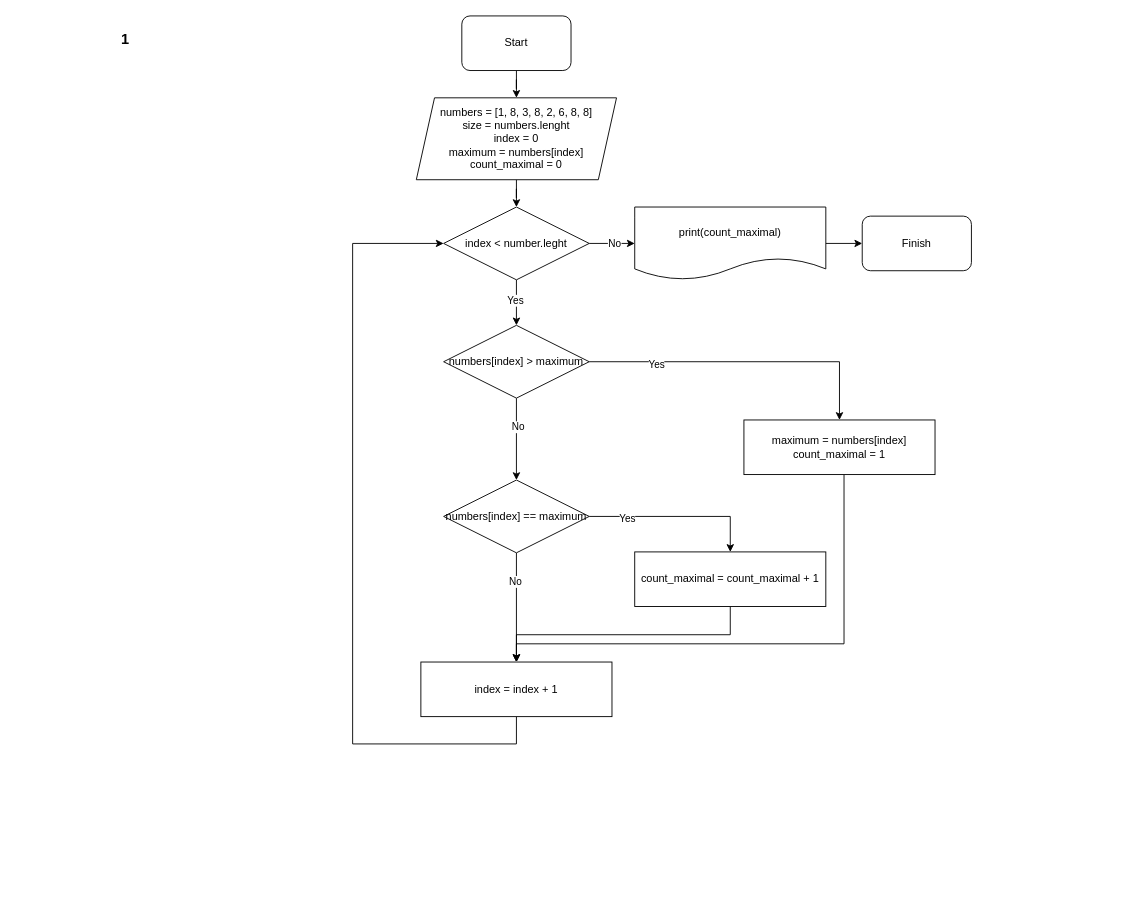
Earlier version of the draw.io diagram algorithm_diagram.drawio (196-PetrT/GB_CheckWork_1_PetrT). Source tidied: cells renumbered, new cells numbered last; positions are measured from the earlier drawing's top-left corner, leaving out a move shared by most shapes. Both pictures are drawn from the tidied source at 91%, with x=0, y=0 at pixel (111, 15).
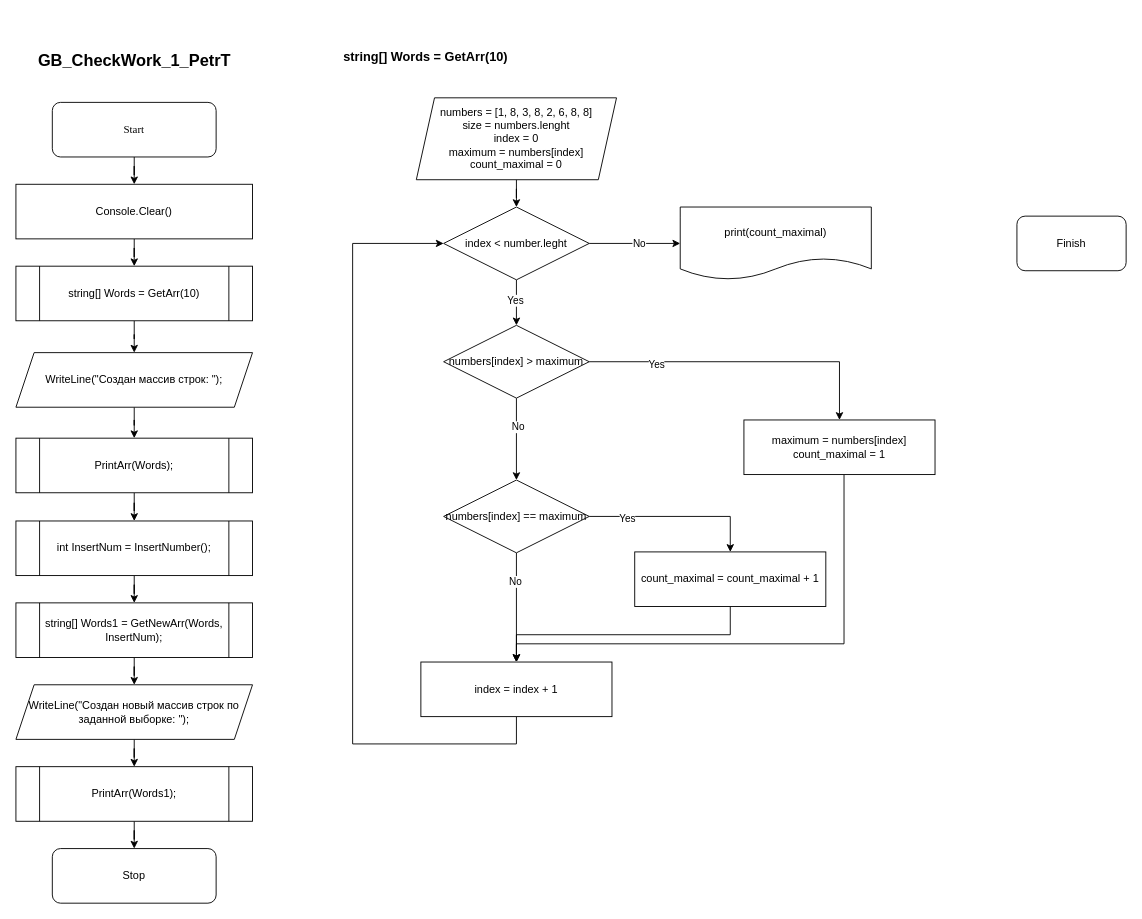
The same page after the edit.

The change refers to these unchanged cells:
```xml
<mxCell id="5" value="numbers = [1, 8, 3, 8, 2, 6, 8, 8]&lt;br&gt;size = numbers.lenght&lt;br&gt;index = 0&lt;br&gt;maximum = numbers[index]&lt;br&gt;count_maximal = 0" style="shape=parallelogram;perimeter=parallelogramPerimeter;whiteSpace=wrap;html=1;fixedSize=1;" parent="1" vertex="1">
  <mxGeometry x="335" y="90" width="220" height="90" as="geometry" />
</mxCell>
```

Change to the diagram source:
```diff
@@
-    <mxCell id="2" style="edgeStyle=orthogonalEdgeStyle;rounded=0;jettySize=auto;html=1;entryX=0.5;entryY=0;entryDx=0;entryDy=0;" parent="1" edge="1" source="3" target="5">
-      <mxGeometry relative="1" as="geometry" />
-    </mxCell>
+    <mxCell id="31" style="edgeStyle=orthogonalEdgeStyle;rounded=0;jettySize=auto;html=1;entryX=0.5;entryY=0;entryDx=0;entryDy=0;" parent="1" edge="1" source="3" target="42">
+      <mxGeometry relative="1" as="geometry" />
+    </mxCell>
-    <mxCell id="3" value="Start" style="rounded=1;whiteSpace=wrap;html=1;" parent="1" vertex="1">
-      <mxGeometry x="385" width="120" height="60" as="geometry" />
+    <mxCell id="3" value="&lt;font face=&quot;Times New Roman&quot;&gt;Start&lt;/font&gt;" style="rounded=1;whiteSpace=wrap;html=1;" parent="1" vertex="1">
+      <mxGeometry x="-65" y="95" width="180" height="60" as="geometry" />
     </mxCell>
@@
-    <mxCell id="27" style="edgeStyle=orthogonalEdgeStyle;rounded=0;jettySize=auto;html=1;entryX=0;entryY=0.5;entryDx=0;entryDy=0;" parent="1" edge="1" source="28" target="29">
-      <mxGeometry relative="1" as="geometry" />
-    </mxCell>
     <mxCell id="28" value="print(count_maximal)" style="shape=document;whiteSpace=wrap;html=1;boundedLbl=1;" parent="1" vertex="1">
-      <mxGeometry x="575" y="210" width="210" height="80" as="geometry" />
+      <mxGeometry x="625" y="210" width="210" height="80" as="geometry" />
     </mxCell>
     <mxCell id="29" value="Finish" style="rounded=1;whiteSpace=wrap;html=1;" parent="1" vertex="1">
-      <mxGeometry x="825" y="220" width="120" height="60" as="geometry" />
+      <mxGeometry x="995" y="220" width="120" height="60" as="geometry" />
     </mxCell>
-    <mxCell id="30" value="&lt;font style=&quot;font-size: 16px;&quot;&gt;&lt;b&gt;1&lt;/b&gt;&lt;/font&gt;" style="text;html=1;align=center;verticalAlign=middle;strokeColor=none;fillColor=none;" parent="1" vertex="1">
-      <mxGeometry y="10" width="30" height="30" as="geometry" />
+    <mxCell id="30" value="&lt;font style=&quot;font-size: 14px;&quot;&gt;&lt;b&gt;string[] Words = GetArr(10)&lt;/b&gt;&lt;/font&gt;" style="text;html=1;align=center;verticalAlign=middle;strokeColor=none;fillColor=none;" parent="1" vertex="1">
+      <mxGeometry x="245" y="30" width="200" height="30" as="geometry" />
     </mxCell>
+    <mxCell id="32" style="edgeStyle=orthogonalEdgeStyle;rounded=0;jettySize=auto;html=1;entryX=0.5;entryY=0;entryDx=0;entryDy=0;" parent="1" edge="1" source="33" target="46">
+      <mxGeometry relative="1" as="geometry" />
+    </mxCell>
+    <mxCell id="33" value="string[] Words = GetArr(10)" style="shape=process;whiteSpace=wrap;html=1;backgroundOutline=1;" parent="1" vertex="1">
+      <mxGeometry x="-105" y="275" width="260" height="60" as="geometry" />
+    </mxCell>
+    <mxCell id="34" style="edgeStyle=orthogonalEdgeStyle;rounded=0;jettySize=auto;html=1;entryX=0.5;entryY=0;entryDx=0;entryDy=0;" parent="1" edge="1" source="35" target="44">
+      <mxGeometry relative="1" as="geometry" />
+    </mxCell>
+    <mxCell id="35" value="PrintArr(Words);" style="shape=process;whiteSpace=wrap;html=1;backgroundOutline=1;" parent="1" vertex="1">
+      <mxGeometry x="-105" y="464" width="260" height="60" as="geometry" />
+    </mxCell>
+    <mxCell id="36" style="edgeStyle=orthogonalEdgeStyle;rounded=0;jettySize=auto;html=1;" parent="1" edge="1" source="37" target="48">
+      <mxGeometry relative="1" as="geometry" />
+    </mxCell>
+    <mxCell id="37" value="string[] Words1 = GetNewArr(Words, InsertNum);" style="shape=process;whiteSpace=wrap;html=1;backgroundOutline=1;" parent="1" vertex="1">
+      <mxGeometry x="-105" y="645" width="260" height="60" as="geometry" />
+    </mxCell>
+    <mxCell id="38" style="edgeStyle=orthogonalEdgeStyle;rounded=0;jettySize=auto;html=1;entryX=0.5;entryY=0;entryDx=0;entryDy=0;" parent="1" edge="1" source="39" target="40">
+      <mxGeometry relative="1" as="geometry" />
+    </mxCell>
+    <mxCell id="39" value="PrintArr(Words1);" style="shape=process;whiteSpace=wrap;html=1;backgroundOutline=1;" parent="1" vertex="1">
+      <mxGeometry x="-105" y="825" width="260" height="60" as="geometry" />
+    </mxCell>
+    <mxCell id="40" value="Stop" style="rounded=1;whiteSpace=wrap;html=1;" parent="1" vertex="1">
+      <mxGeometry x="-65" y="915" width="180" height="60" as="geometry" />
+    </mxCell>
+    <mxCell id="41" style="edgeStyle=orthogonalEdgeStyle;rounded=0;jettySize=auto;html=1;entryX=0.5;entryY=0;entryDx=0;entryDy=0;" parent="1" edge="1" source="42" target="33">
+      <mxGeometry relative="1" as="geometry" />
+    </mxCell>
+    <mxCell id="42" value="Console.Clear()" style="rounded=0;whiteSpace=wrap;html=1;" parent="1" vertex="1">
+      <mxGeometry x="-105" y="185" width="260" height="60" as="geometry" />
+    </mxCell>
+    <mxCell id="43" style="edgeStyle=orthogonalEdgeStyle;rounded=0;jettySize=auto;html=1;entryX=0.5;entryY=0;entryDx=0;entryDy=0;" parent="1" edge="1" source="44" target="37">
+      <mxGeometry relative="1" as="geometry" />
+    </mxCell>
+    <mxCell id="44" value="int InsertNum = InsertNumber();" style="shape=process;whiteSpace=wrap;html=1;backgroundOutline=1;" parent="1" vertex="1">
+      <mxGeometry x="-105" y="555" width="260" height="60" as="geometry" />
+    </mxCell>
+    <mxCell id="45" style="edgeStyle=orthogonalEdgeStyle;rounded=0;jettySize=auto;html=1;entryX=0.5;entryY=0;entryDx=0;entryDy=0;" parent="1" edge="1" source="46" target="35">
+      <mxGeometry relative="1" as="geometry" />
+    </mxCell>
+    <mxCell id="46" value="WriteLine(&quot;Создан массив строк: &quot;);" style="shape=parallelogram;perimeter=parallelogramPerimeter;whiteSpace=wrap;html=1;fixedSize=1;" parent="1" vertex="1">
+      <mxGeometry x="-105" y="370" width="260" height="60" as="geometry" />
+    </mxCell>
+    <mxCell id="47" style="edgeStyle=orthogonalEdgeStyle;rounded=0;jettySize=auto;html=1;" parent="1" edge="1" source="48" target="39">
+      <mxGeometry relative="1" as="geometry" />
+    </mxCell>
+    <mxCell id="48" value="WriteLine(&quot;Создан новый массив строк по заданной выборке: &quot;);" style="shape=parallelogram;perimeter=parallelogramPerimeter;whiteSpace=wrap;html=1;fixedSize=1;" parent="1" vertex="1">
+      <mxGeometry x="-105" y="735" width="260" height="60" as="geometry" />
+    </mxCell>
+    <mxCell id="49" value="&lt;font style=&quot;font-size: 18px;&quot;&gt;&lt;b style=&quot;&quot;&gt;GB_CheckWork_1_PetrT&lt;/b&gt;&lt;/font&gt;" style="text;html=1;align=center;verticalAlign=middle;strokeColor=none;fillColor=none;" parent="1" vertex="1">
+      <mxGeometry x="-95" y="30" width="240" height="40" as="geometry" />
+    </mxCell>
```
